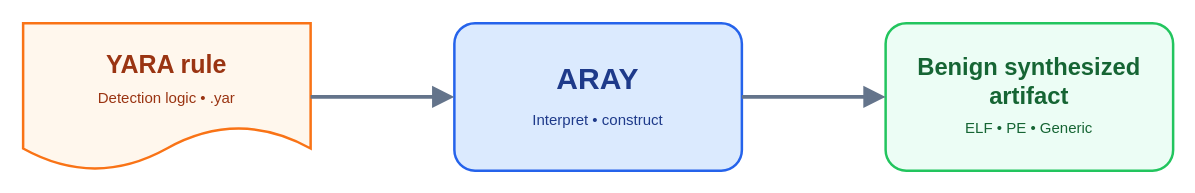
The draw.io diagram docs/sources/diagrams/aray-overview.drawio in c2dc/aray, before the edit. Source tidied: cells renumbered, new cells numbered last; positions are measured from the earlier drawing's top-left corner, leaving out a move shared by most shapes. Both pictures are drawn from the tidied source at 125%, with x=0, y=0 at pixel (22, 22).
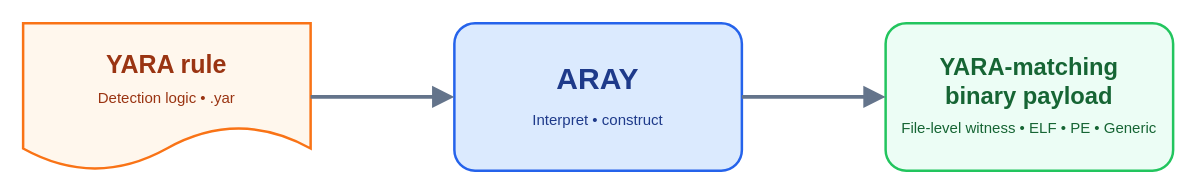
The same diagram, later.

What changed in the source:
```diff
@@
 <mxGraphModel>
   <root>
     <mxCell id="0" />
     <mxCell id="1" parent="0" />
     <mxCell id="2" value="YARA rule&lt;br&gt;&lt;font style=&quot;font-size: 12px; font-weight: normal;&quot;&gt;Detection logic • .yar&lt;/font&gt;" style="shape=document;whiteSpace=wrap;html=1;boundedLbl=1;fillColor=#FFF7ED;strokeColor=#F97316;strokeWidth=2;fontColor=#9A3412;fontSize=20;fontStyle=1;spacingTop=4;" parent="1" vertex="1">
       <mxGeometry width="230" height="118" as="geometry" />
     </mxCell>
     <mxCell id="3" value="ARAY&lt;br&gt;&lt;font style=&quot;font-size: 12px; font-weight: normal;&quot;&gt;Interpret • construct&lt;/font&gt;" style="rounded=1;arcSize=14;whiteSpace=wrap;html=1;fillColor=#DBEAFE;strokeColor=#2563EB;strokeWidth=2;fontColor=#1E3A8A;fontSize=24;fontStyle=1;" parent="1" vertex="1">
       <mxGeometry x="345" width="230" height="118" as="geometry" />
     </mxCell>
-    <mxCell id="4" value="Benign synthesized&lt;br&gt;artifact&lt;br&gt;&lt;font style=&quot;font-size: 12px; font-weight: normal;&quot;&gt;ELF • PE • Generic&lt;/font&gt;" style="rounded=1;arcSize=14;whiteSpace=wrap;html=1;fillColor=#ECFDF5;strokeColor=#22C55E;strokeWidth=2;fontColor=#166534;fontSize=19;fontStyle=1;" parent="1" vertex="1">
+    <mxCell id="4" value="YARA-matching&lt;br&gt;binary payload&lt;br&gt;&lt;font style=&quot;font-size: 12px; font-weight: normal;&quot;&gt;File-level witness • ELF • PE • Generic&lt;/font&gt;" style="rounded=1;arcSize=14;whiteSpace=wrap;html=1;fillColor=#ECFDF5;strokeColor=#22C55E;strokeWidth=2;fontColor=#166534;fontSize=19;fontStyle=1;" parent="1" vertex="1">
       <mxGeometry x="690" width="230" height="118" as="geometry" />
     </mxCell>
     <mxCell id="5" style="edgeStyle=orthogonalEdgeStyle;rounded=1;jettySize=auto;html=1;strokeColor=#64748B;strokeWidth=3;endArrow=block;endFill=1;endSize=10;" parent="1" edge="1" source="2" target="3">
       <mxGeometry relative="1" as="geometry" />
     </mxCell>
     <mxCell id="6" style="edgeStyle=orthogonalEdgeStyle;rounded=1;jettySize=auto;html=1;strokeColor=#64748B;strokeWidth=3;endArrow=block;endFill=1;endSize=10;" parent="1" edge="1" source="3" target="4">
       <mxGeometry relative="1" as="geometry" />
     </mxCell>
   </root>
 </mxGraphModel>
```
